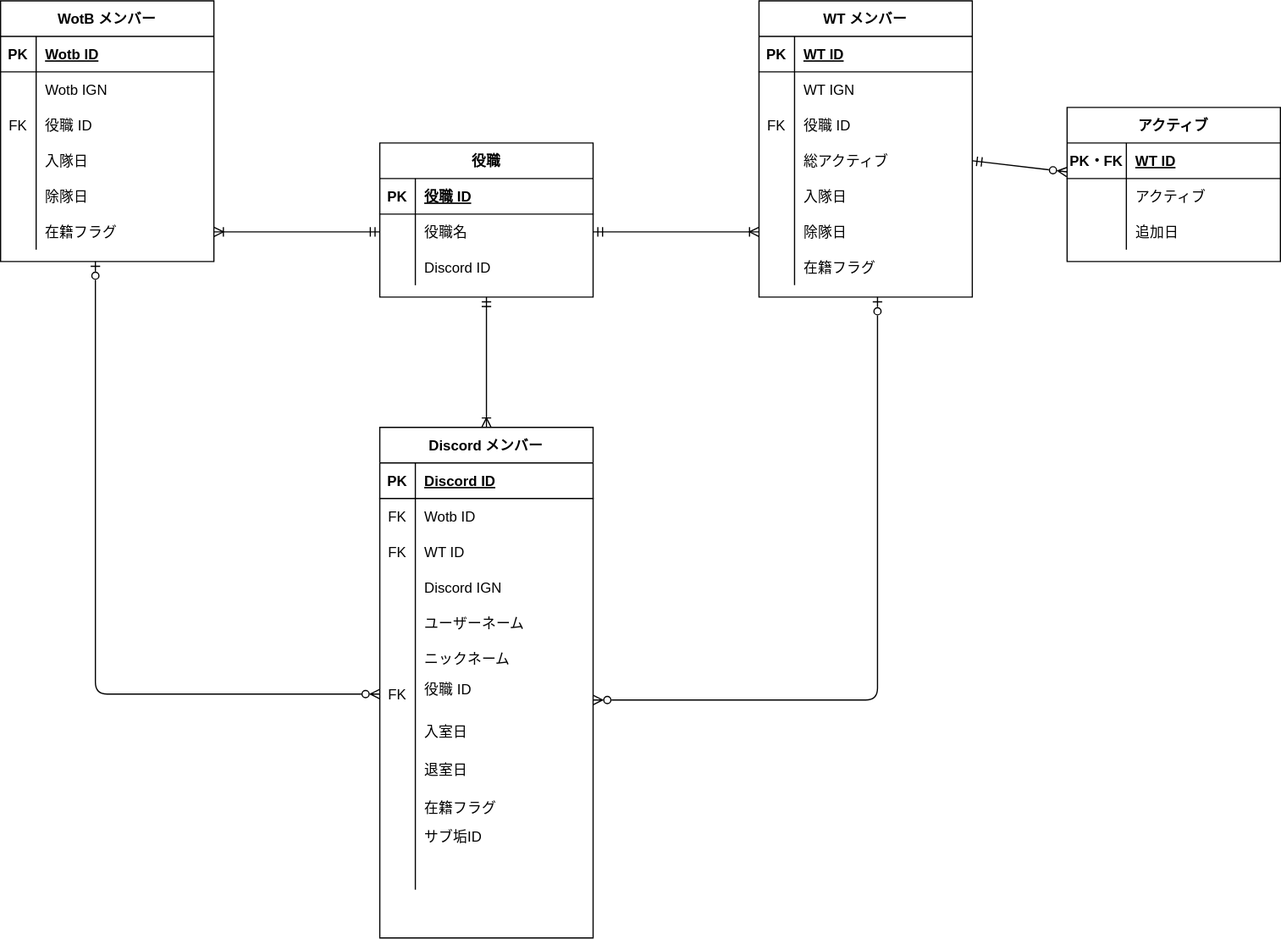
The draw.io diagram doc/DB-Ronri.drawio.svg in otazero/ClanManagementDiscordBot, before a commit. Source tidied: cells renumbered, new cells last; positions are measured from the earlier drawing's top-left corner, leaving out a move shared by most shapes.
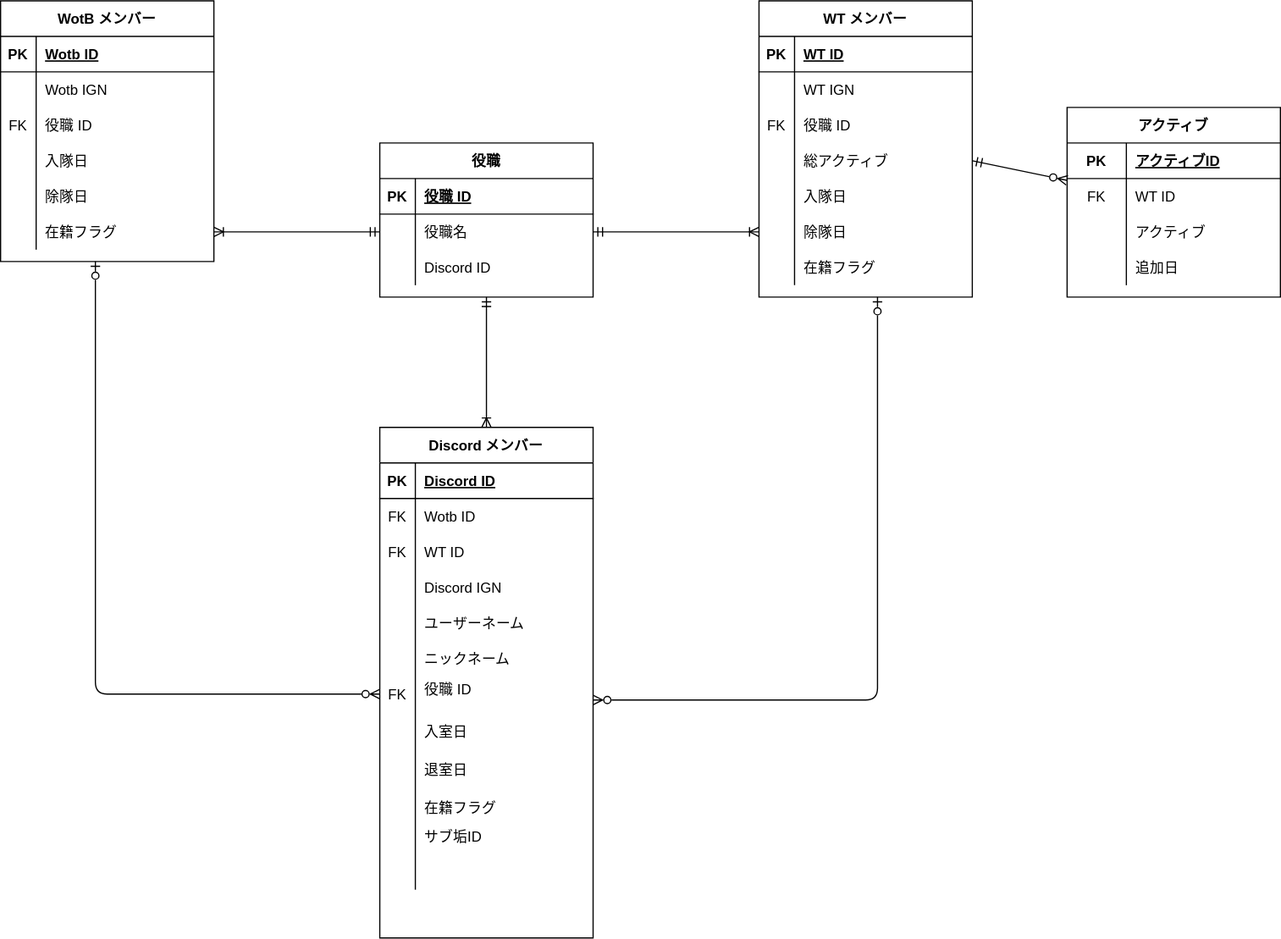
After the change.

Commit message:
アクティブIDの追加

Diff of the diagram source:
```diff
@@ -318,19 +318,28 @@
       <mxGeometry relative="1" as="geometry" />
     </mxCell>
     <mxCell id="104" value="アクティブ" style="shape=table;startSize=30;rowLines=0;fontStyle=1;align=center;" parent="1" vertex="1">
-      <mxGeometry x="900" y="90" width="180" height="130" as="geometry" />
+      <mxGeometry x="900" y="90" width="180" height="160" as="geometry" />
     </mxCell>
     <mxCell id="105" style="shape=partialRectangle;fillColor=none;top=0;left=0;bottom=1;right=0;" parent="104" vertex="1">
       <mxGeometry y="30" width="180" height="30" as="geometry" />
     </mxCell>
-    <mxCell id="106" value="PK・FK" style="shape=partialRectangle;fillColor=none;top=0;left=0;bottom=0;right=0;fontStyle=1;overflow=hidden;" parent="105" vertex="1">
+    <mxCell id="106" value="PK" style="shape=partialRectangle;fillColor=none;top=0;left=0;bottom=0;right=0;fontStyle=1;overflow=hidden;" parent="105" vertex="1">
       <mxGeometry width="50" height="30" as="geometry" />
     </mxCell>
-    <mxCell id="107" value="WT ID" style="shape=partialRectangle;fillColor=none;top=0;left=0;bottom=0;right=0;align=left;spacingLeft=6;fontStyle=5;overflow=hidden;" parent="105" vertex="1">
+    <mxCell id="107" value="アクティブID" style="shape=partialRectangle;fillColor=none;top=0;left=0;bottom=0;right=0;align=left;spacingLeft=6;fontStyle=5;overflow=hidden;" parent="105" vertex="1">
       <mxGeometry x="50" width="130" height="30" as="geometry" />
     </mxCell>
+    <mxCell id="114" style="shape=partialRectangle;fillColor=none;top=0;left=0;bottom=0;right=0;" parent="104" vertex="1">
+      <mxGeometry y="60" width="180" height="30" as="geometry" />
+    </mxCell>
+    <mxCell id="115" value="FK" style="shape=partialRectangle;fillColor=none;top=0;left=0;bottom=0;right=0;overflow=hidden;" parent="114" vertex="1">
+      <mxGeometry width="50" height="30" as="geometry" />
+    </mxCell>
+    <mxCell id="116" value="WT ID" style="shape=partialRectangle;fillColor=none;top=0;left=0;bottom=0;right=0;align=left;spacingLeft=6;overflow=hidden;" parent="114" vertex="1">
+      <mxGeometry x="50" width="130" height="30" as="geometry" />
+    </mxCell>
     <mxCell id="108" style="shape=partialRectangle;fillColor=none;top=0;left=0;bottom=0;right=0;" parent="104" vertex="1">
-      <mxGeometry y="60" width="180" height="30" as="geometry" />
+      <mxGeometry y="90" width="180" height="30" as="geometry" />
     </mxCell>
     <mxCell id="109" style="shape=partialRectangle;fillColor=none;top=0;left=0;bottom=0;right=0;overflow=hidden;" parent="108" vertex="1">
       <mxGeometry width="50" height="30" as="geometry" />
@@ -339,7 +348,7 @@
       <mxGeometry x="50" width="130" height="30" as="geometry" />
     </mxCell>
     <mxCell id="111" style="shape=partialRectangle;fillColor=none;top=0;left=0;bottom=0;right=0;" parent="104" vertex="1">
-      <mxGeometry y="90" width="180" height="30" as="geometry" />
+      <mxGeometry y="120" width="180" height="30" as="geometry" />
     </mxCell>
     <mxCell id="112" style="shape=partialRectangle;fillColor=none;top=0;left=0;bottom=0;right=0;overflow=hidden;" parent="111" vertex="1">
       <mxGeometry width="50" height="30" as="geometry" />
```
